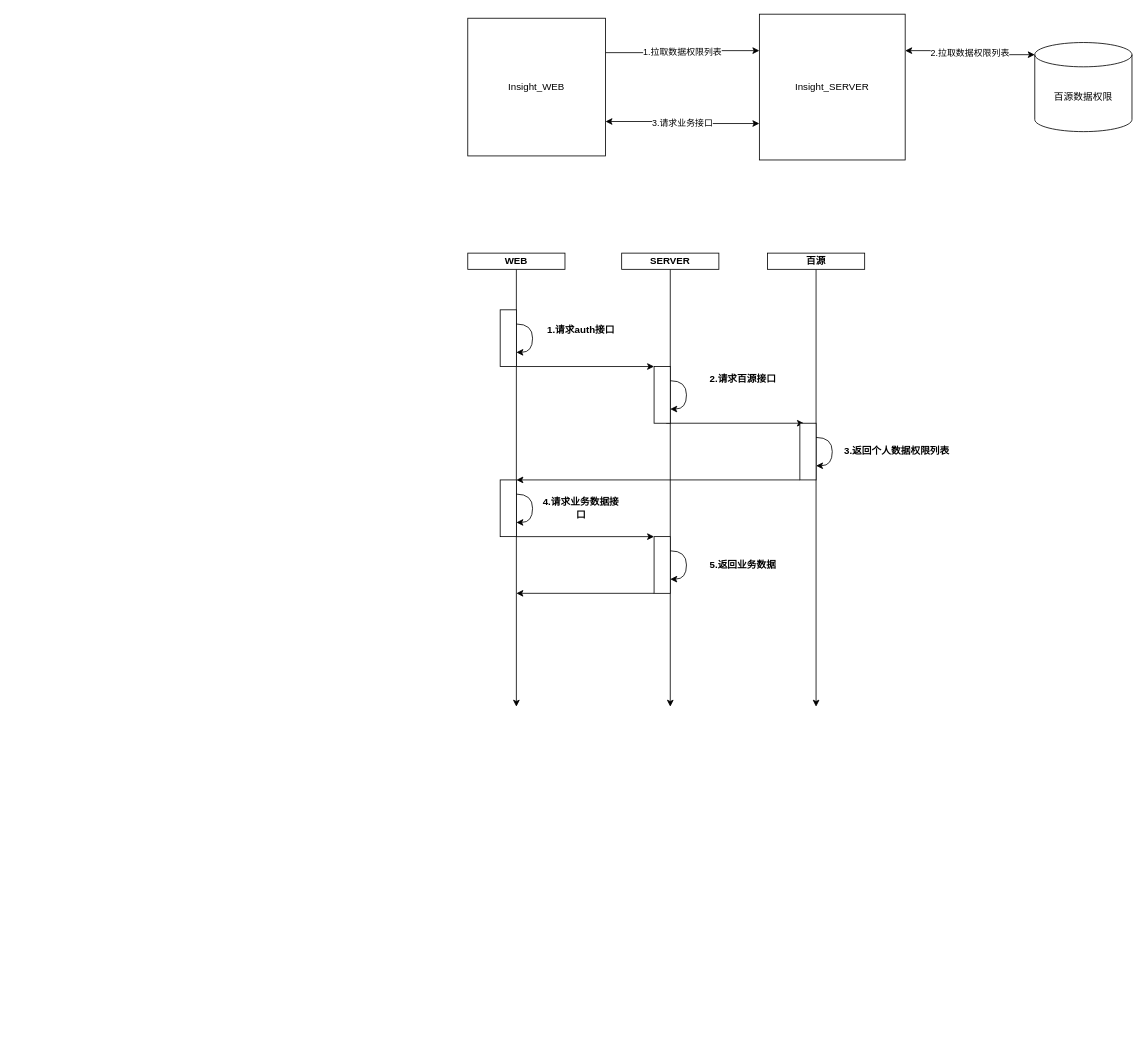
ChrisFynnWang/algorithm keeps this draw.io diagram as 百源.drawio. Above is the earlier version. Source tidied: cells renumbered, new cells numbered last; positions are measured from the earlier drawing's top-left corner, leaving out a move shared by most shapes. Both pictures are drawn from the tidied source at 81%, with x=0, y=0 at pixel (467, 14). Pictures stored in the file or linked from it are replaced by grey dashed boxes.
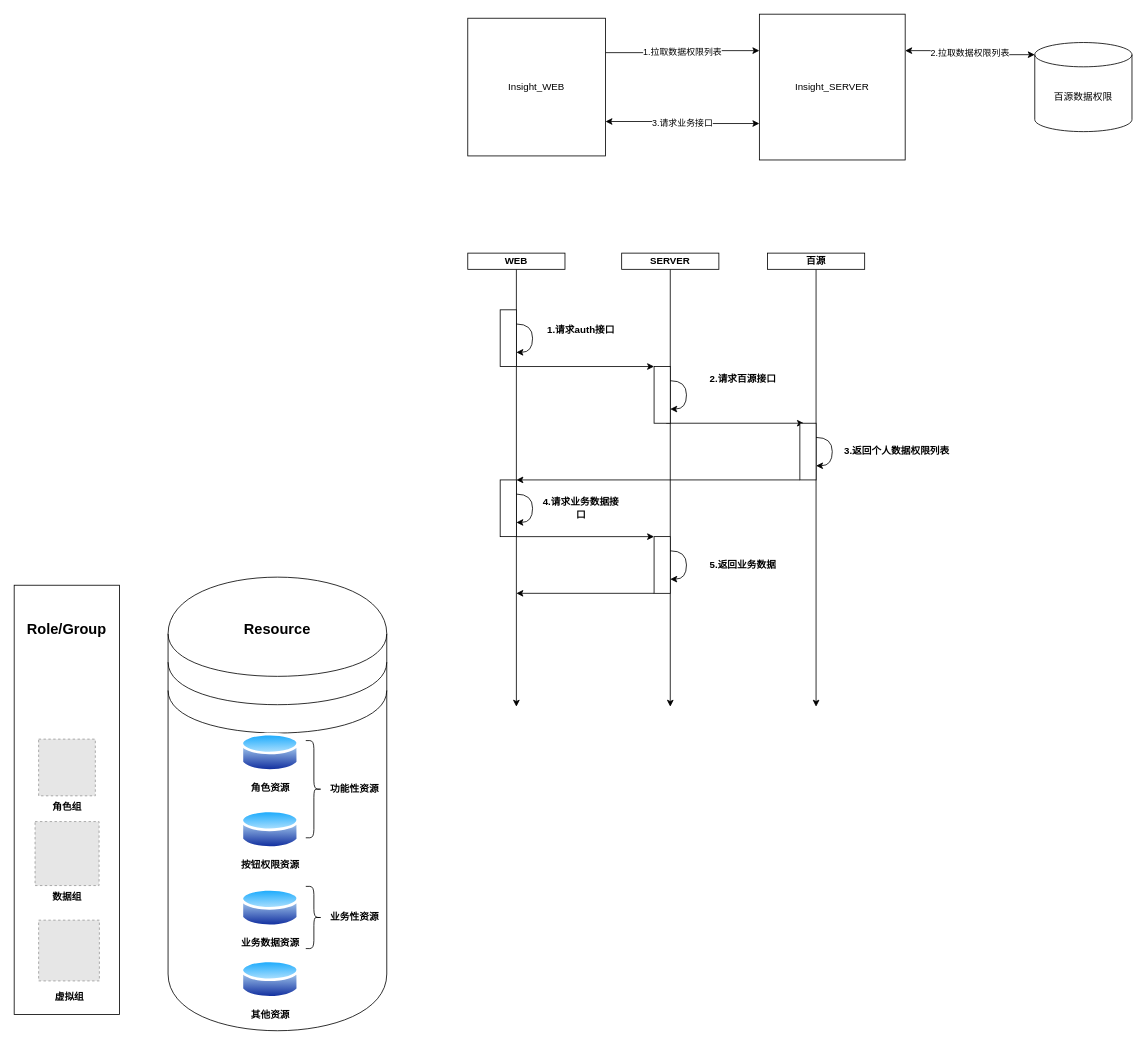
The same diagram, later.

Diff of the diagram source:
```diff
@@
+    <mxCell id="34" style="shape=datastore;whiteSpace=wrap;html=1;" parent="1" vertex="1">
+      <mxGeometry x="-370" y="695" width="270" height="560" as="geometry" />
+    </mxCell>
+    <mxCell id="35" value="角色资源" style="perimeter=ellipsePerimeter;html=1;align=center;shadow=0;dashed=0;spacingTop=3;image;image=img/lib/active_directory/database.svg;fontStyle=1;" parent="1" vertex="1">
+      <mxGeometry x="-280" y="885" width="72.3" height="53.5" as="geometry" />
+    </mxCell>
+    <mxCell id="36" value="业务数据资源" style="perimeter=ellipsePerimeter;html=1;align=center;shadow=0;dashed=0;spacingTop=3;image;image=img/lib/active_directory/database.svg;fontStyle=1;" parent="1" vertex="1">
+      <mxGeometry x="-280" y="1076.8" width="72.3" height="53.5" as="geometry" />
+    </mxCell>
+    <mxCell id="37" value="按钮权限资源" style="perimeter=ellipsePerimeter;html=1;align=center;shadow=0;dashed=0;spacingTop=3;image;image=img/lib/active_directory/database.svg;fontStyle=1;" parent="1" vertex="1">
+      <mxGeometry x="-280" y="980" width="72.3" height="53.5" as="geometry" />
+    </mxCell>
+    <mxCell id="38" style="shape=curlyBracket;whiteSpace=wrap;html=1;rounded=1;flipH=1;" parent="1" vertex="1">
+      <mxGeometry x="-200" y="896.8" width="20" height="120" as="geometry" />
+    </mxCell>
+    <mxCell id="39" value="功能性资源" style="text;html=1;align=center;verticalAlign=middle;strokeColor=none;fillColor=none;fontStyle=1;" parent="1" vertex="1">
+      <mxGeometry x="-180" y="941.8" width="80" height="30" as="geometry" />
+    </mxCell>
+    <mxCell id="40" style="shape=curlyBracket;whiteSpace=wrap;html=1;rounded=1;flipH=1;" parent="1" vertex="1">
+      <mxGeometry x="-200" y="1076.8" width="20" height="76.8" as="geometry" />
+    </mxCell>
+    <mxCell id="41" value="业务性资源" style="text;html=1;align=center;verticalAlign=middle;strokeColor=none;fillColor=none;fontStyle=1;" parent="1" vertex="1">
+      <mxGeometry x="-180" y="1100.2" width="80" height="30" as="geometry" />
+    </mxCell>
+    <mxCell id="42" value="其他资源" style="perimeter=ellipsePerimeter;html=1;align=center;shadow=0;dashed=0;spacingTop=3;image;image=img/lib/active_directory/database.svg;fontStyle=1;" parent="1" vertex="1">
+      <mxGeometry x="-280" y="1165" width="72.3" height="53.5" as="geometry" />
+    </mxCell>
+    <mxCell id="43" value="&lt;b&gt;&lt;font style=&quot;font-size: 18px;&quot;&gt;Resource&lt;/font&gt;&lt;/b&gt;" style="text;html=1;strokeColor=none;fillColor=none;align=center;verticalAlign=middle;whiteSpace=wrap;rounded=0;" parent="1" vertex="1">
+      <mxGeometry x="-265" y="745" width="60" height="30" as="geometry" />
+    </mxCell>
+    <mxCell id="44" style="rounded=0;whiteSpace=wrap;html=1;fontSize=18;fontStyle=1;" parent="1" vertex="1">
+      <mxGeometry x="-560" y="705" width="130" height="530" as="geometry" />
+    </mxCell>
+    <mxCell id="45" value="角色组" style="fillColor=#E6E6E6;strokeColor=#999999;dashed=1;html=1;verticalAlign=top;verticalLabelPosition=bottom;labelBackgroundColor=#ffffff;fontStyle=1;" parent="1" vertex="1">
+      <mxGeometry x="-529.8" y="895" width="70" height="70" as="geometry" />
+    </mxCell>
+    <mxCell id="46" value="数据组" style="fillColor=#E6E6E6;strokeColor=#999999;dashed=1;html=1;verticalAlign=top;verticalLabelPosition=bottom;labelBackgroundColor=#ffffff;fontStyle=1;" parent="1" vertex="1">
+      <mxGeometry x="-534.2" y="996.8" width="79" height="79" as="geometry" />
+    </mxCell>
+    <mxCell id="47" value="&lt;font style=&quot;font-size: 12px;&quot;&gt;虚拟组&lt;/font&gt;" style="fillColor=#E6E6E6;strokeColor=#999999;dashed=1;html=1;verticalAlign=top;verticalLabelPosition=bottom;labelBackgroundColor=#ffffff;fontSize=18;fontStyle=1;" parent="1" vertex="1">
+      <mxGeometry x="-529.8" y="1118.5" width="75" height="75" as="geometry" />
+    </mxCell>
+    <mxCell id="48" value="&lt;font style=&quot;font-size: 18px;&quot;&gt;&lt;b&gt;Role/Group&lt;/b&gt;&lt;/font&gt;" style="text;html=1;strokeColor=none;fillColor=none;align=center;verticalAlign=middle;whiteSpace=wrap;rounded=0;fontSize=12;" parent="1" vertex="1">
+      <mxGeometry x="-525" y="745" width="60" height="30" as="geometry" />
+    </mxCell>
```
